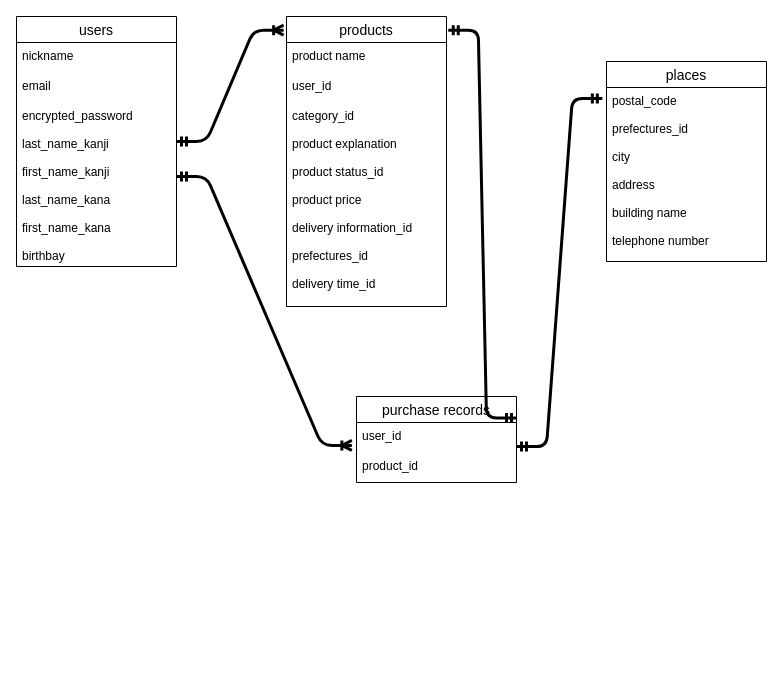
Before: ER図.dio in nicole0818/furima-35637, a draw.io diagram. Source tidied: cells renumbered, new cells numbered last; positions are measured from the earlier drawing's top-left corner, leaving out a move shared by most shapes. Both pictures are drawn from the tidied source at 100%, with x=0, y=0 at pixel (16, 16).
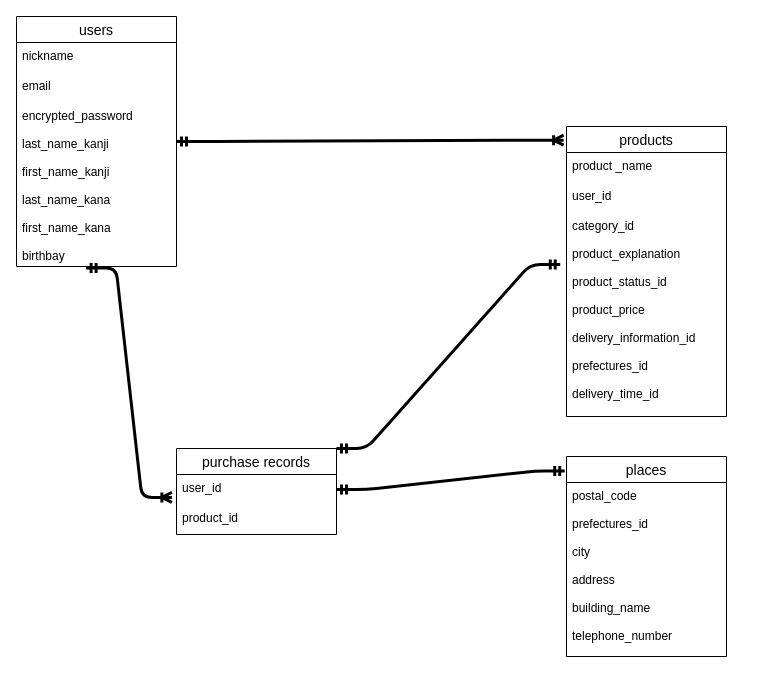
The same page after the edit.

Unchanged cells that the change refers to:
```xml
<mxCell id="5" value="encrypted_password&#10;&#10;last_name_kanji&#10;&#10;first_name_kanji&#10;&#10;last_name_kana&#10;&#10;first_name_kana&#10;&#10;birthbay" style="text;strokeColor=none;fillColor=none;spacingLeft=4;spacingRight=4;overflow=hidden;points=[[0,0.5],[1,0.5]];portConstraint=eastwest;fontSize=12;" parent="2" vertex="1">
  <mxGeometry y="86" width="160" height="164" as="geometry" />
</mxCell>
<mxCell id="13" value="user_id" style="text;strokeColor=none;fillColor=none;spacingLeft=4;spacingRight=4;overflow=hidden;points=[[0,0.5],[1,0.5]];portConstraint=eastwest;fontSize=12;" parent="12" vertex="1">
  <mxGeometry y="26" width="160" height="30" as="geometry" />
</mxCell>
```

What changed in the source:
```diff
@@
     <mxCell id="6" value="products" style="swimlane;fontStyle=0;horizontal=1;startSize=26;align=center;fontSize=14;" parent="1" vertex="1">
-      <mxGeometry x="270" width="160" height="290" as="geometry" />
+      <mxGeometry x="550" y="110" width="160" height="290" as="geometry" />
     </mxCell>
-    <mxCell id="7" value="product name" style="text;strokeColor=none;fillColor=none;spacingLeft=4;spacingRight=4;overflow=hidden;fontSize=12;" parent="6" vertex="1">
+    <mxCell id="7" value="product _name" style="text;strokeColor=none;fillColor=none;spacingLeft=4;spacingRight=4;overflow=hidden;fontSize=12;" parent="6" vertex="1">
       <mxGeometry y="26" width="160" height="30" as="geometry" />
     </mxCell>
@@
-    <mxCell id="9" value="category_id&#10;&#10;product explanation&#10;&#10;product status_id&#10;&#10;product price&#10;&#10;delivery information_id&#10;&#10;prefectures_id&#10;&#10;delivery time_id" style="text;strokeColor=none;fillColor=none;spacingLeft=4;spacingRight=4;overflow=hidden;points=[[0,0.5],[1,0.5]];portConstraint=eastwest;fontSize=12;" parent="6" vertex="1">
+    <mxCell id="9" value="category_id&#10;&#10;product_explanation&#10;&#10;product_status_id&#10;&#10;product_price&#10;&#10;delivery_information_id&#10;&#10;prefectures_id&#10;&#10;delivery_time_id" style="text;strokeColor=none;fillColor=none;spacingLeft=4;spacingRight=4;overflow=hidden;points=[[0,0.5],[1,0.5]];portConstraint=eastwest;fontSize=12;" parent="6" vertex="1">
       <mxGeometry y="86" width="160" height="204" as="geometry" />
     </mxCell>
     <mxCell id="10" value="places" style="swimlane;fontStyle=0;horizontal=1;startSize=26;align=center;fontSize=14;" parent="1" vertex="1">
-      <mxGeometry x="590" y="45" width="160" height="200" as="geometry" />
+      <mxGeometry x="550" y="440" width="160" height="200" as="geometry" />
     </mxCell>
-    <mxCell id="11" value="postal_code&#10;&#10;prefectures_id&#10;&#10;city&#10;&#10;address&#10;&#10;building name&#10;&#10;telephone number" style="text;strokeColor=none;fillColor=none;spacingLeft=4;spacingRight=4;overflow=hidden;points=[[0,0.5],[1,0.5]];portConstraint=eastwest;fontSize=12;" parent="10" vertex="1">
+    <mxCell id="11" value="postal_code&#10;&#10;prefectures_id&#10;&#10;city&#10;&#10;address&#10;&#10;building_name&#10;&#10;telephone_number" style="text;strokeColor=none;fillColor=none;spacingLeft=4;spacingRight=4;overflow=hidden;points=[[0,0.5],[1,0.5]];portConstraint=eastwest;fontSize=12;" parent="10" vertex="1">
       <mxGeometry y="26" width="160" height="174" as="geometry" />
     </mxCell>
     <mxCell id="12" value="purchase records" style="swimlane;fontStyle=0;horizontal=1;startSize=26;align=center;fontSize=14;" parent="1" vertex="1">
-      <mxGeometry x="340" y="380" width="160" height="86" as="geometry" />
+      <mxGeometry x="160" y="432" width="160" height="86" as="geometry" />
     </mxCell>
@@
-    <mxCell id="16" style="edgeStyle=entityRelationEdgeStyle;fontSize=12;html=1;endArrow=ERoneToMany;startArrow=ERmandOne;strokeWidth=3;entryX=-0.029;entryY=0.765;entryDx=0;entryDy=0;entryPerimeter=0;" parent="1" edge="1" target="13">
-      <mxGeometry relative="1" as="geometry">
-        <mxPoint x="160" y="160" as="sourcePoint" />
-      </mxGeometry>
+    <mxCell id="16" style="edgeStyle=entityRelationEdgeStyle;fontSize=12;html=1;endArrow=ERoneToMany;startArrow=ERmandOne;strokeWidth=3;entryX=-0.029;entryY=0.765;entryDx=0;entryDy=0;entryPerimeter=0;exitX=0.435;exitY=1.009;exitDx=0;exitDy=0;exitPerimeter=0;" parent="1" edge="1" source="5" target="13">
+      <mxGeometry relative="1" as="geometry" />
     </mxCell>
-    <mxCell id="17" style="edgeStyle=entityRelationEdgeStyle;fontSize=12;html=1;endArrow=ERmandOne;startArrow=ERmandOne;strokeWidth=3;entryX=-0.026;entryY=0.063;entryDx=0;entryDy=0;entryPerimeter=0;" parent="1" edge="1" target="11">
-      <mxGeometry relative="1" as="geometry">
-        <mxPoint x="500" y="430" as="sourcePoint" />
-      </mxGeometry>
+    <mxCell id="17" style="edgeStyle=entityRelationEdgeStyle;fontSize=12;html=1;endArrow=ERmandOne;startArrow=ERmandOne;strokeWidth=3;entryX=-0.011;entryY=0.073;entryDx=0;entryDy=0;entryPerimeter=0;exitX=1;exitY=0.5;exitDx=0;exitDy=0;" parent="1" edge="1" source="13" target="10">
+      <mxGeometry relative="1" as="geometry" />
     </mxCell>
-    <mxCell id="18" style="edgeStyle=entityRelationEdgeStyle;fontSize=12;html=1;endArrow=ERmandOne;startArrow=ERmandOne;strokeWidth=3;exitX=1.011;exitY=0.047;exitDx=0;exitDy=0;exitPerimeter=0;entryX=1;entryY=0.25;entryDx=0;entryDy=0;" parent="1" edge="1" source="6" target="12">
+    <mxCell id="18" style="edgeStyle=entityRelationEdgeStyle;fontSize=12;html=1;endArrow=ERmandOne;startArrow=ERmandOne;strokeWidth=3;exitX=-0.039;exitY=0.255;exitDx=0;exitDy=0;exitPerimeter=0;entryX=1;entryY=0;entryDx=0;entryDy=0;" parent="1" edge="1" source="9" target="12">
       <mxGeometry relative="1" as="geometry" />
     </mxCell>
```
